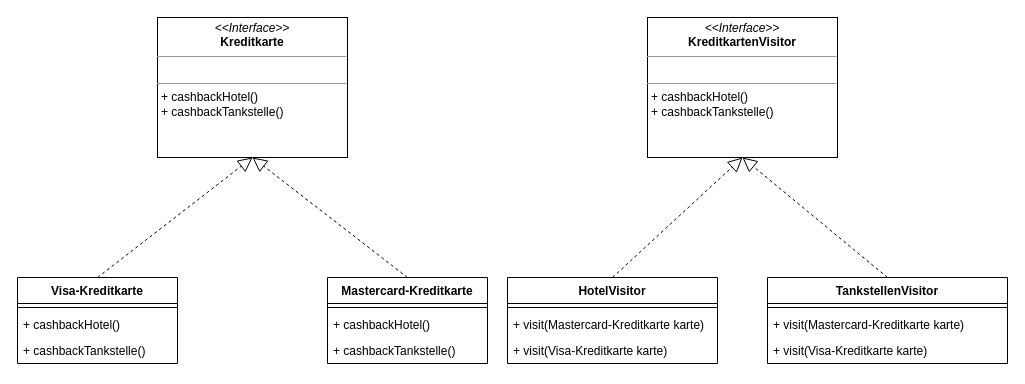
The draw.io diagram page "with-Visitor" (2 of 2) of Visitor-Bank-example.drawio in aschi2403/design-patterns-visitor-pattern, before the edit. Source tidied: cells renumbered, new cells numbered last; positions are measured from the earlier drawing's top-left corner, leaving out a move shared by most shapes. Both pictures are drawn from the tidied source at 100%, with x=0, y=0 at pixel (17, 17).
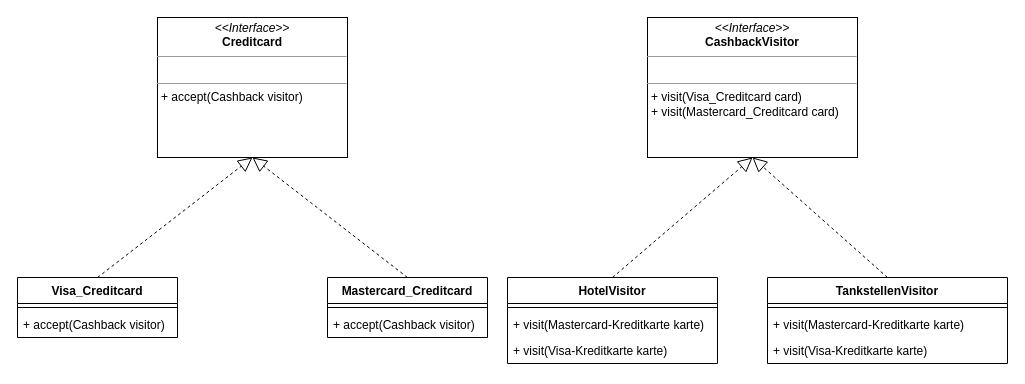
The same page after the edit.

The edit, as a diff of the source:
```diff
@@
-    <mxCell id="2" value="&lt;p style=&quot;margin: 0px ; margin-top: 4px ; text-align: center&quot;&gt;&lt;i&gt;&amp;lt;&amp;lt;Interface&amp;gt;&amp;gt;&lt;/i&gt;&lt;br&gt;&lt;b&gt;KreditkartenVisitor&lt;/b&gt;&lt;/p&gt;&lt;hr size=&quot;1&quot;&gt;&lt;p style=&quot;margin: 0px ; margin-left: 4px&quot;&gt;&lt;br&gt;&lt;/p&gt;&lt;hr size=&quot;1&quot;&gt;&lt;p style=&quot;margin: 0px ; margin-left: 4px&quot;&gt;+ cashbackHotel()&lt;br&gt;+ cashbackTankstelle()&lt;br&gt;&lt;/p&gt;" style="verticalAlign=top;align=left;overflow=fill;fontSize=12;fontFamily=Helvetica;html=1;" parent="1" vertex="1">
-      <mxGeometry x="630" width="190" height="140" as="geometry" />
+    <mxCell id="2" value="&lt;p style=&quot;margin: 0px ; margin-top: 4px ; text-align: center&quot;&gt;&lt;i&gt;&amp;lt;&amp;lt;Interface&amp;gt;&amp;gt;&lt;/i&gt;&lt;br&gt;&lt;b&gt;CashbackVisitor&lt;/b&gt;&lt;/p&gt;&lt;hr size=&quot;1&quot;&gt;&lt;p style=&quot;margin: 0px ; margin-left: 4px&quot;&gt;&lt;br&gt;&lt;/p&gt;&lt;hr size=&quot;1&quot;&gt;&lt;p style=&quot;margin: 0px ; margin-left: 4px&quot;&gt;+ visit(Visa_Creditcard card)&lt;br&gt;+ visit(Mastercard_Creditcard card)&lt;br&gt;&lt;/p&gt;" style="verticalAlign=top;align=left;overflow=fill;fontSize=12;fontFamily=Helvetica;html=1;" parent="1" vertex="1">
+      <mxGeometry x="630" width="210" height="140" as="geometry" />
     </mxCell>
@@
-    <mxCell id="13" value="&lt;p style=&quot;margin: 0px ; margin-top: 4px ; text-align: center&quot;&gt;&lt;i&gt;&amp;lt;&amp;lt;Interface&amp;gt;&amp;gt;&lt;/i&gt;&lt;br&gt;&lt;b&gt;Kreditkarte&lt;/b&gt;&lt;/p&gt;&lt;hr size=&quot;1&quot;&gt;&lt;p style=&quot;margin: 0px ; margin-left: 4px&quot;&gt;&lt;br&gt;&lt;/p&gt;&lt;hr size=&quot;1&quot;&gt;&lt;p style=&quot;margin: 0px ; margin-left: 4px&quot;&gt;+ cashbackHotel()&lt;br&gt;+ cashbackTankstelle()&lt;br&gt;&lt;/p&gt;" style="verticalAlign=top;align=left;overflow=fill;fontSize=12;fontFamily=Helvetica;html=1;" parent="1" vertex="1">
+    <mxCell id="13" value="&lt;p style=&quot;margin: 0px ; margin-top: 4px ; text-align: center&quot;&gt;&lt;i&gt;&amp;lt;&amp;lt;Interface&amp;gt;&amp;gt;&lt;/i&gt;&lt;br&gt;&lt;b&gt;Creditcard&lt;/b&gt;&lt;/p&gt;&lt;hr size=&quot;1&quot;&gt;&lt;p style=&quot;margin: 0px ; margin-left: 4px&quot;&gt;&lt;br&gt;&lt;/p&gt;&lt;hr size=&quot;1&quot;&gt;&lt;p style=&quot;margin: 0px ; margin-left: 4px&quot;&gt;+ accept(Cashback visitor)&lt;br&gt;&lt;/p&gt;" style="verticalAlign=top;align=left;overflow=fill;fontSize=12;fontFamily=Helvetica;html=1;" parent="1" vertex="1">
       <mxGeometry x="140" width="190" height="140" as="geometry" />
     </mxCell>
-    <mxCell id="14" value="Visa-Kreditkarte" style="swimlane;fontStyle=1;align=center;verticalAlign=top;horizontal=1;startSize=26;" parent="1" vertex="1">
-      <mxGeometry y="260" width="160" height="86" as="geometry" />
+    <mxCell id="14" value="Visa_Creditcard" style="swimlane;fontStyle=1;align=center;verticalAlign=top;horizontal=1;startSize=26;" parent="1" vertex="1">
+      <mxGeometry y="260" width="160" height="60" as="geometry" />
     </mxCell>
@@
-    <mxCell id="16" value="+ cashbackHotel()" style="text;strokeColor=none;fillColor=none;align=left;verticalAlign=top;spacingLeft=4;spacingRight=4;overflow=hidden;" parent="14" vertex="1">
+    <mxCell id="16" value="+ accept(Cashback visitor)" style="text;strokeColor=none;fillColor=none;align=left;verticalAlign=top;spacingLeft=4;spacingRight=4;overflow=hidden;" parent="14" vertex="1">
       <mxGeometry y="34" width="160" height="26" as="geometry" />
     </mxCell>
-    <mxCell id="17" value="+ cashbackTankstelle()" style="text;strokeColor=none;fillColor=none;align=left;verticalAlign=top;spacingLeft=4;spacingRight=4;overflow=hidden;" parent="14" vertex="1">
-      <mxGeometry y="60" width="160" height="26" as="geometry" />
-    </mxCell>
-    <mxCell id="18" value="Mastercard-Kreditkarte" style="swimlane;fontStyle=1;align=center;verticalAlign=top;horizontal=1;startSize=26;" parent="1" vertex="1">
-      <mxGeometry x="310" y="260" width="160" height="86" as="geometry" />
+    <mxCell id="18" value="Mastercard_Creditcard" style="swimlane;fontStyle=1;align=center;verticalAlign=top;horizontal=1;startSize=26;" parent="1" vertex="1">
+      <mxGeometry x="310" y="260" width="160" height="60" as="geometry" />
     </mxCell>
@@
-    <mxCell id="20" value="+ cashbackHotel()" style="text;strokeColor=none;fillColor=none;align=left;verticalAlign=top;spacingLeft=4;spacingRight=4;overflow=hidden;" parent="18" vertex="1">
+    <mxCell id="20" value="+ accept(Cashback visitor)" style="text;strokeColor=none;fillColor=none;align=left;verticalAlign=top;spacingLeft=4;spacingRight=4;overflow=hidden;" parent="18" vertex="1">
       <mxGeometry y="34" width="160" height="26" as="geometry" />
     </mxCell>
-    <mxCell id="21" value="+ cashbackTankstelle()" style="text;strokeColor=none;fillColor=none;align=left;verticalAlign=top;spacingLeft=4;spacingRight=4;overflow=hidden;" parent="18" vertex="1">
-      <mxGeometry y="60" width="160" height="26" as="geometry" />
-    </mxCell>
```
